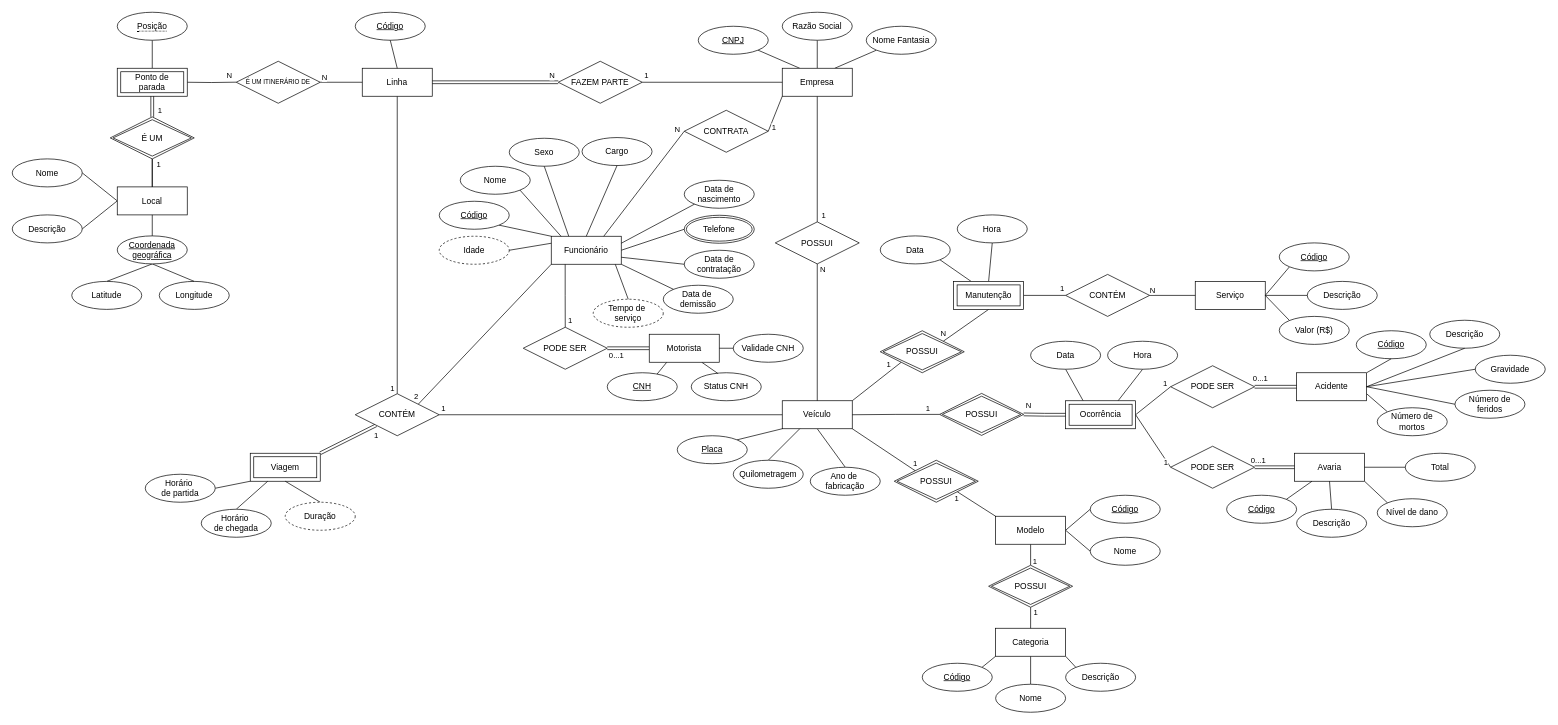
gscolombo/Projeto---BD keeps this draw.io diagram as drawio/conceptual_model.drawio. Above is the earlier version. Source tidied: cells renumbered, new cells numbered last; positions are measured from the earlier drawing's top-left corner, leaving out a move shared by most shapes. Both pictures are drawn from the tidied source at 70%, with x=0, y=0 at pixel (12, 12).
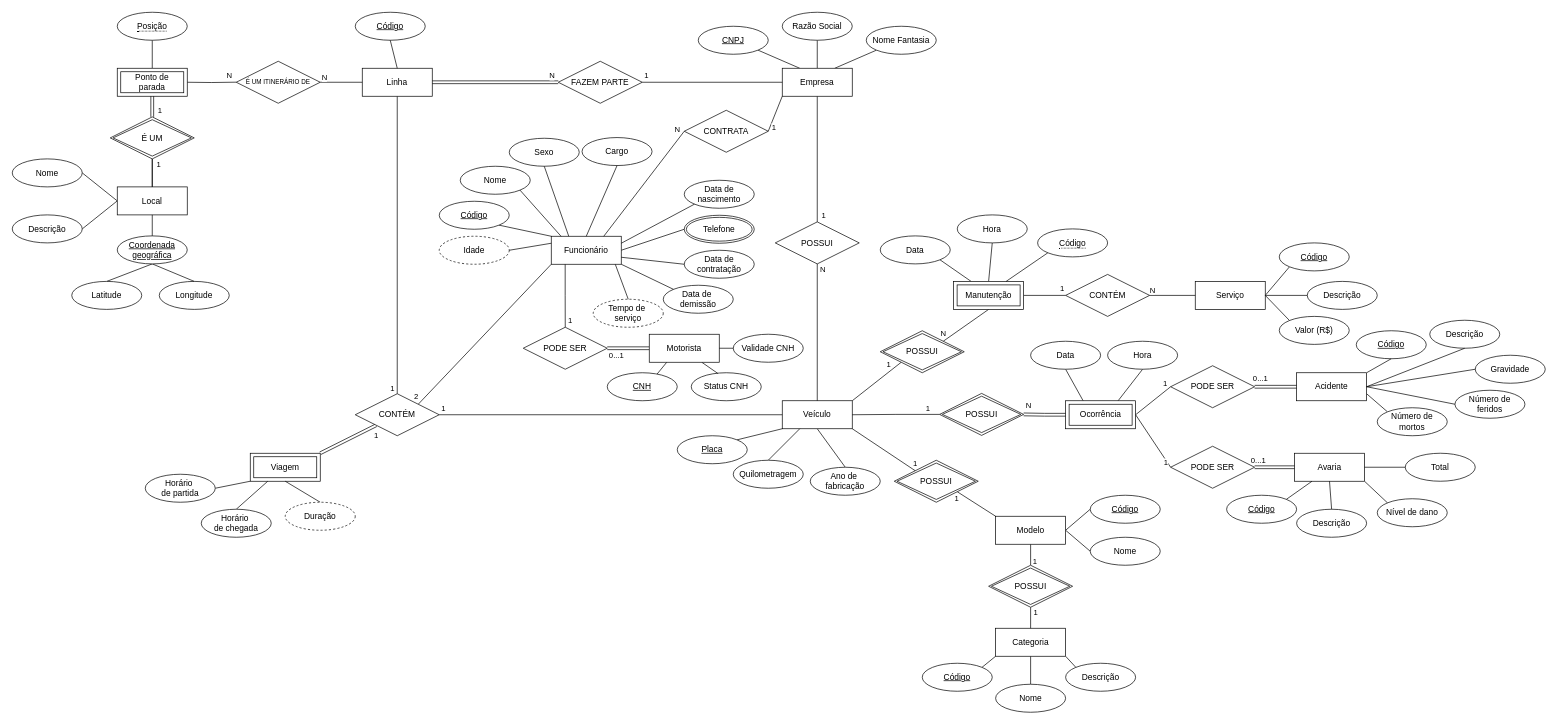
After the change.

Commit message:
Inclusão de chave parcial de manutenção

Unchanged cells that the change refers to:
```xml
<mxCell id="171" value="Manutenção" style="shape=ext;margin=3;double=1;whiteSpace=wrap;html=1;align=center;" parent="1" vertex="1">
  <mxGeometry x="1344.8" y="384.5" width="100" height="40" as="geometry" />
</mxCell>
```

Diff of the diagram source:
```diff
@@
+    <mxCell id="194" value="&lt;span style=&quot;border-bottom: 1px dotted;&quot;&gt;Código&lt;/span&gt;" style="ellipse;whiteSpace=wrap;html=1;align=center;" parent="1" vertex="1">
+      <mxGeometry x="1464.8" y="309.5" width="100" height="40" as="geometry" />
+    </mxCell>
+    <mxCell id="195" style="rounded=0;jettySize=auto;html=1;exitX=0.75;exitY=0;exitDx=0;exitDy=0;entryX=0;entryY=1;entryDx=0;entryDy=0;endArrow=none;endFill=0;" parent="1" edge="1" source="171" target="194">
+      <mxGeometry relative="1" as="geometry" />
+    </mxCell>
```
